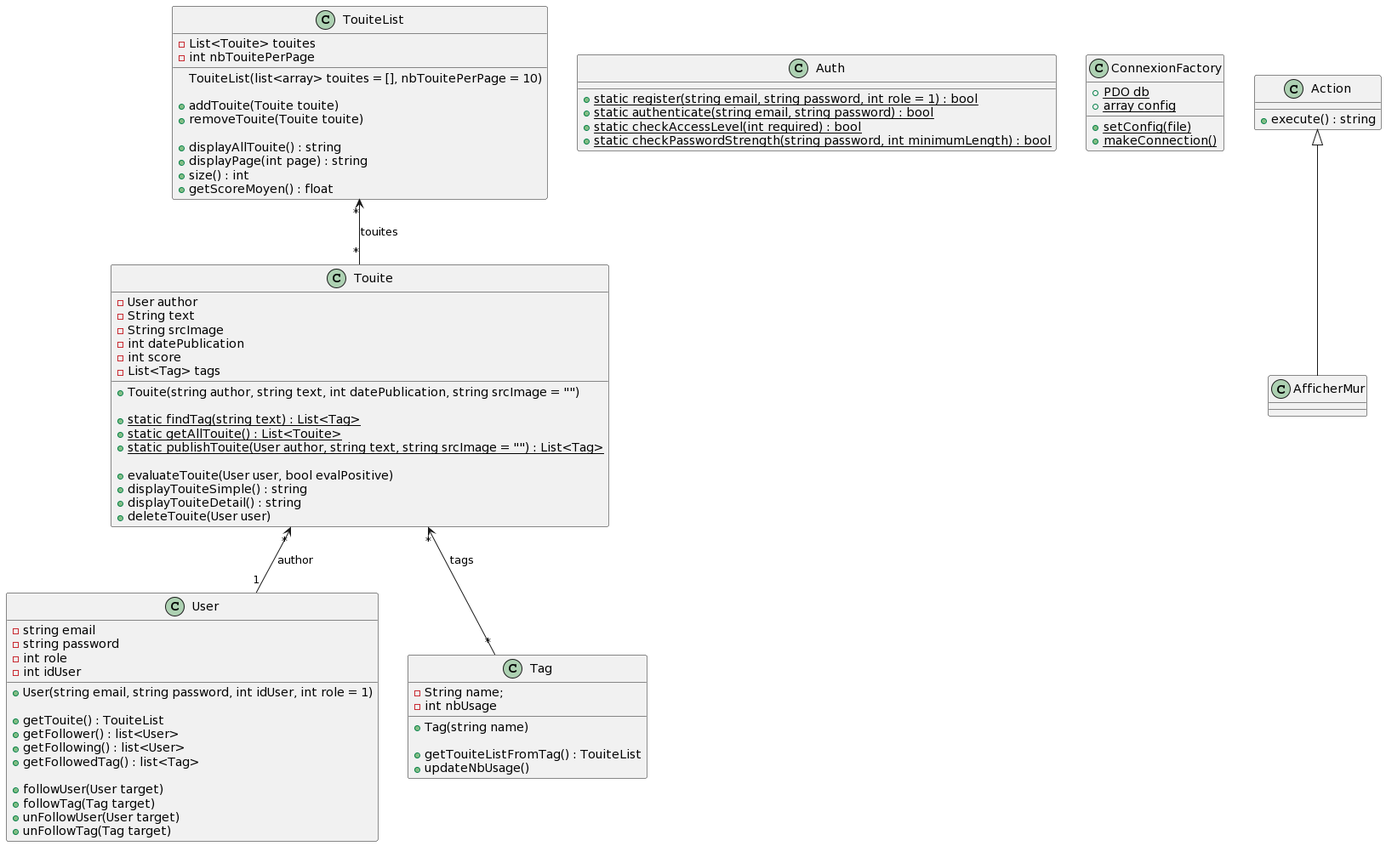
Before: src/ressource/Class_diagram.png, a diagram exported from PlantUML (Fiera42/Touiteur).
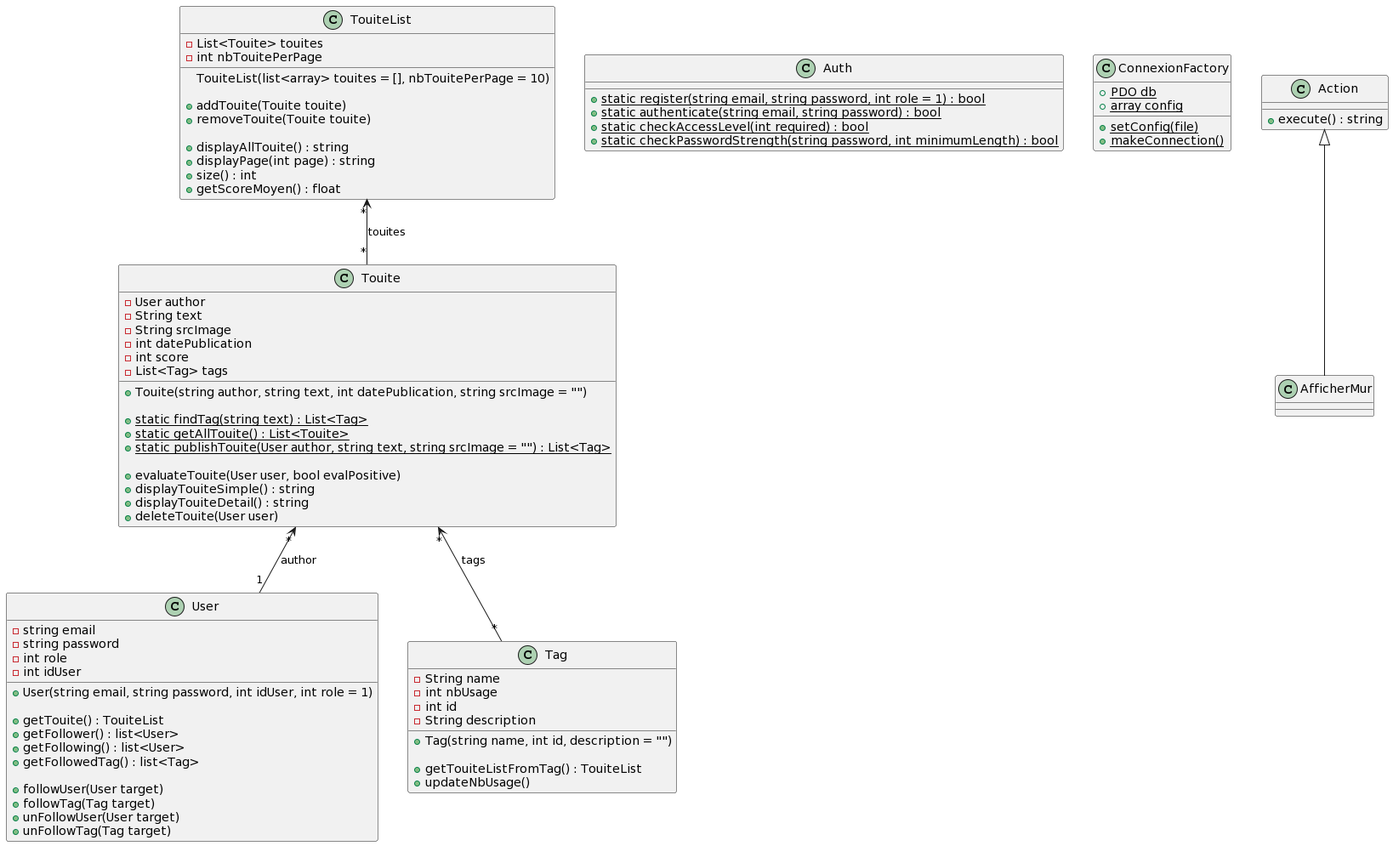
After the commit.

Commit message:
update class diagram

Change to the diagram source:
```diff
@@ -42,10 +42,12 @@
 Touite "*" <-- "*" Tag : tags
 
 class Tag {
-  -String name;
+  -String name
   -int nbUsage
+  -int id
+  -String description
 
-  +Tag(string name)
+  +Tag(string name, int id, description = "")
 
   +getTouiteListFromTag() : TouiteList
   +updateNbUsage()
```
